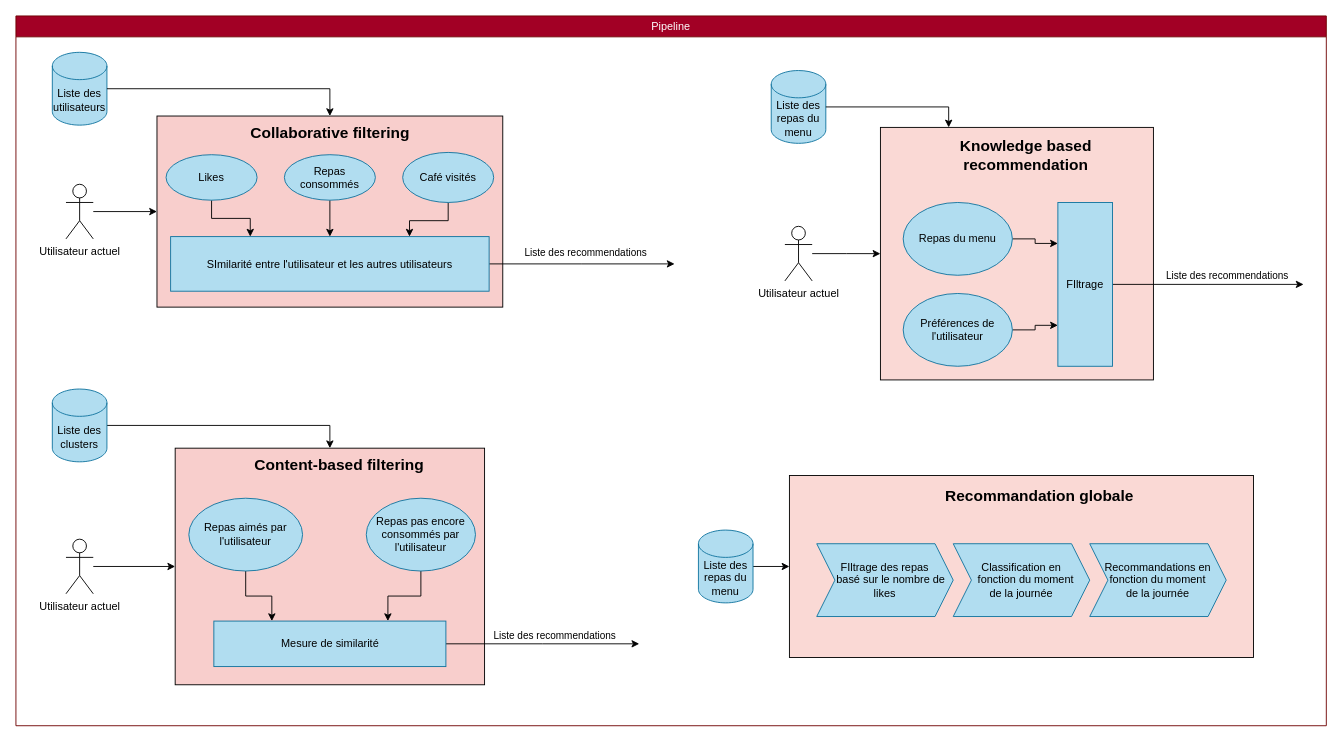
The draw.io diagram docs/Conception/diagrams/Pipeline.drawio in ceduni/cafe-sans-fil, before the edit. Source tidied: cells renumbered, new cells numbered last; positions are measured from the earlier drawing's top-left corner, leaving out a move shared by most shapes. Both pictures are drawn from the tidied source at 91%, with x=0, y=0 at pixel (15, 15).
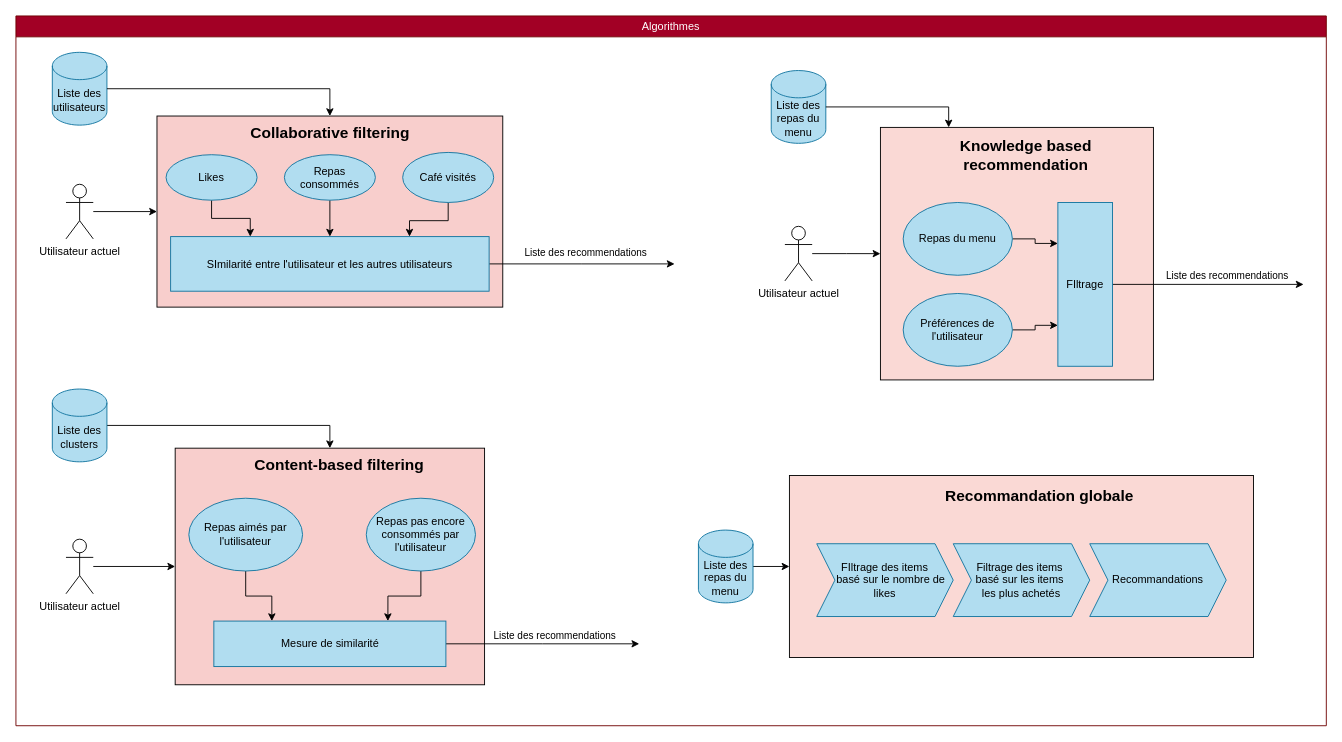
After the change.

Diff of the diagram source:
```diff
@@
-    <mxCell id="2" value="Pipeline" style="swimlane;whiteSpace=wrap;html=1;fillColor=#a20025;fontColor=#ffffff;strokeColor=#6F0000;fontStyle=0;" parent="1" vertex="1">
+    <mxCell id="2" value="Algorithmes" style="swimlane;whiteSpace=wrap;html=1;fillColor=#a20025;fontColor=#ffffff;strokeColor=#6F0000;fontStyle=0;" parent="1" vertex="1">
       <mxGeometry width="1440" height="780" as="geometry" />
     </mxCell>
@@
-    <mxCell id="48" value="FIltrage des repas&lt;br&gt;&amp;nbsp; &amp;nbsp; basé sur le nombre de likes" style="shape=step;perimeter=stepPerimeter;whiteSpace=wrap;html=1;fixedSize=1;fillColor=#b1ddf0;strokeColor=#10739e;" parent="2" vertex="1">
+    <mxCell id="48" value="FIltrage des items&lt;br&gt;&amp;nbsp; &amp;nbsp; basé sur le nombre de likes" style="shape=step;perimeter=stepPerimeter;whiteSpace=wrap;html=1;fixedSize=1;fillColor=#b1ddf0;strokeColor=#10739e;" parent="2" vertex="1">
       <mxGeometry x="880" y="580" width="150" height="80" as="geometry" />
     </mxCell>
-    <mxCell id="49" value="Classification en &lt;br&gt;&amp;nbsp; &amp;nbsp;fonction du moment &lt;br&gt;de la journée" style="shape=step;perimeter=stepPerimeter;whiteSpace=wrap;html=1;fixedSize=1;fillColor=#b1ddf0;strokeColor=#10739e;" parent="2" vertex="1">
+    <mxCell id="49" value="Filtrage des items&amp;nbsp;&lt;div&gt;basé&amp;nbsp;&lt;span style=&quot;background-color: initial;&quot;&gt;sur les items&amp;nbsp;&lt;/span&gt;&lt;/div&gt;&lt;div&gt;&lt;span style=&quot;background-color: initial;&quot;&gt;les plus achetés&lt;/span&gt;&lt;/div&gt;" style="shape=step;perimeter=stepPerimeter;whiteSpace=wrap;html=1;fixedSize=1;fillColor=#b1ddf0;strokeColor=#10739e;" parent="2" vertex="1">
       <mxGeometry x="1030" y="580" width="150" height="80" as="geometry" />
     </mxCell>
-    <mxCell id="50" value="Recommandations en fonction du moment&lt;br&gt;de la journée" style="shape=step;perimeter=stepPerimeter;whiteSpace=wrap;html=1;fixedSize=1;fillColor=#b1ddf0;strokeColor=#10739e;" parent="2" vertex="1">
+    <mxCell id="50" value="Recommandations" style="shape=step;perimeter=stepPerimeter;whiteSpace=wrap;html=1;fixedSize=1;fillColor=#b1ddf0;strokeColor=#10739e;" parent="2" vertex="1">
       <mxGeometry x="1180" y="580" width="150" height="80" as="geometry" />
     </mxCell>
```
